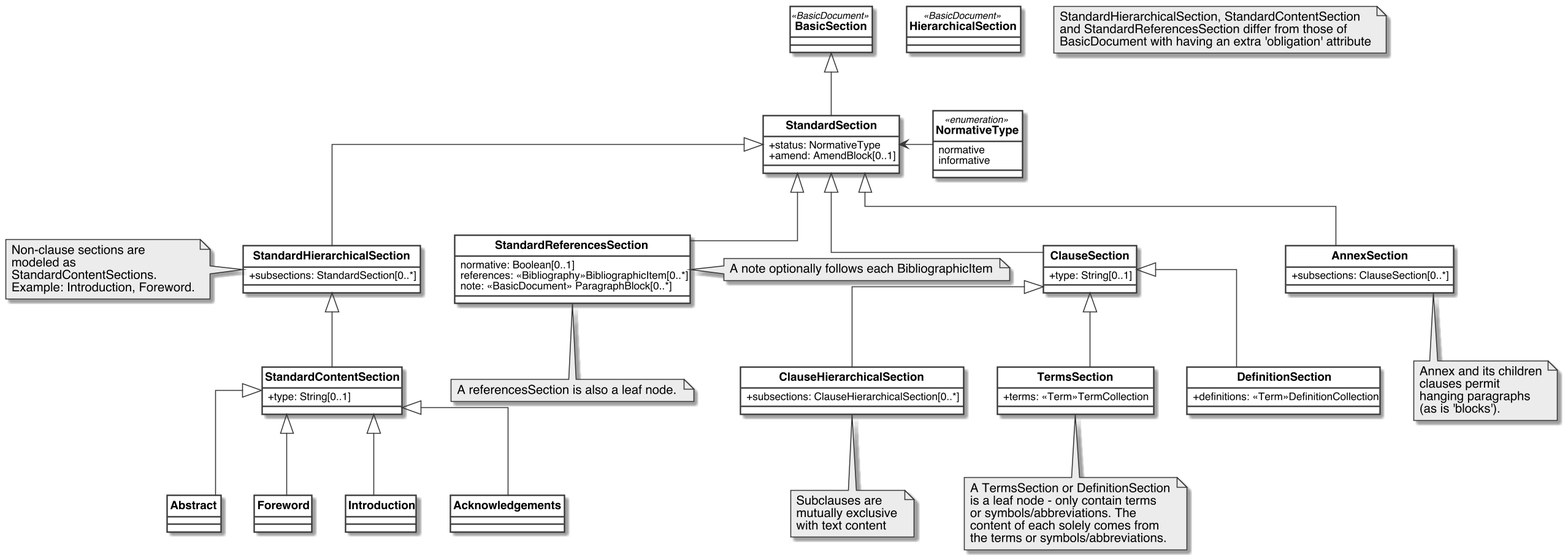
This is standoc/images/StandardDoc_Sections.png from metanorma/standoc-models, a PlantUML export, as it was before one commit.
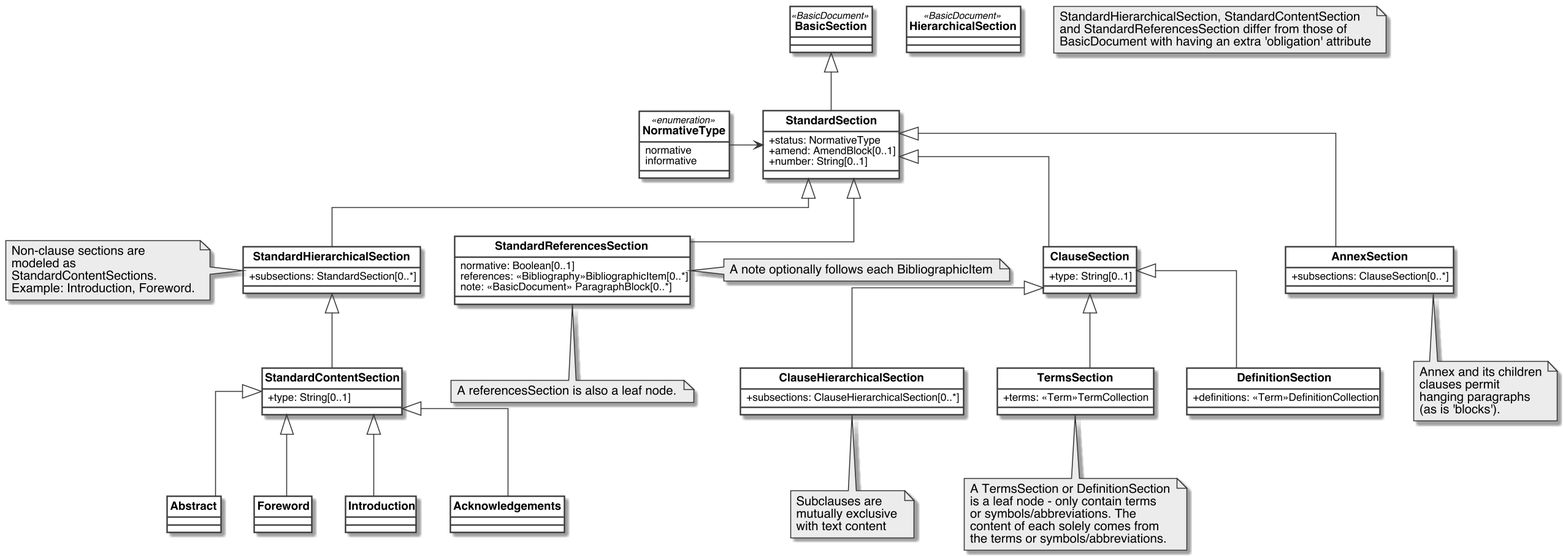
After the change.

Commit message:
clause number: https://github.com/metanorma/metanorma-itu/issues/133

Diff of the diagram source:
```diff
@@ -41,6 +41,7 @@
 class StandardSection {
     +status: NormativeType
     +amend: AmendBlock[0..1]
+    +number: String[0..1]
 }
 
 class StandardHierarchicalSection{
```
